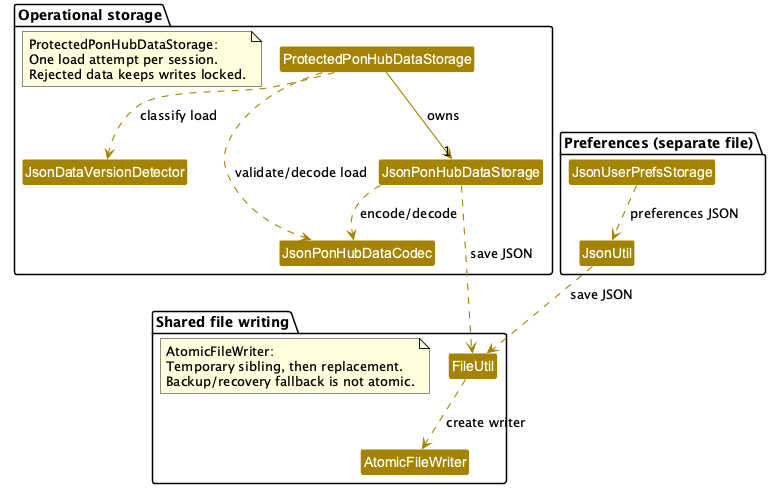
The PlantUML diagram docs/images/CanonicalStorageClassDiagram.png in AY2627S1-CS2103T-F13-3/tp, before a commit.
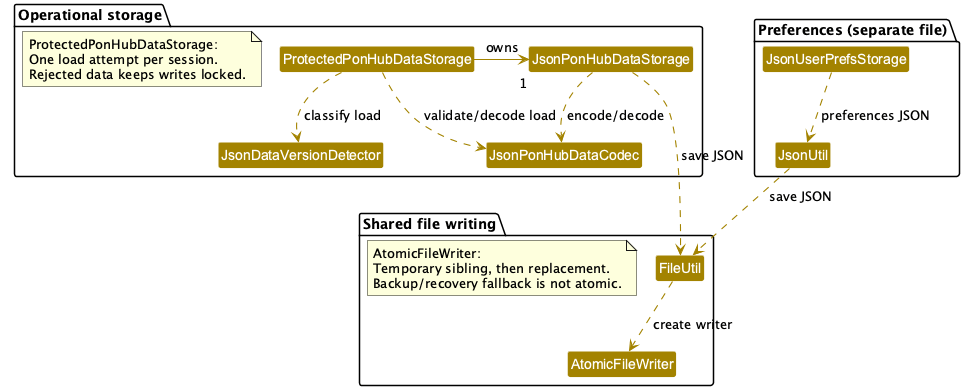
Above is the later version.

Commit message:
Separate storage multiplicity from association arrowhead

Diff of the diagram source:
```diff
@@ -38,7 +38,7 @@
     end note
 }
 
-ProtectedPonHubDataStorage --> "1" JsonPonHubDataStorage : owns
+ProtectedPonHubDataStorage -right-> "\n1" JsonPonHubDataStorage : owns
 ProtectedPonHubDataStorage ..> JsonDataVersionDetector : classify load
 ProtectedPonHubDataStorage ..> JsonPonHubDataCodec : validate/decode load
 JsonPonHubDataStorage ..> JsonPonHubDataCodec : encode/decode
```
